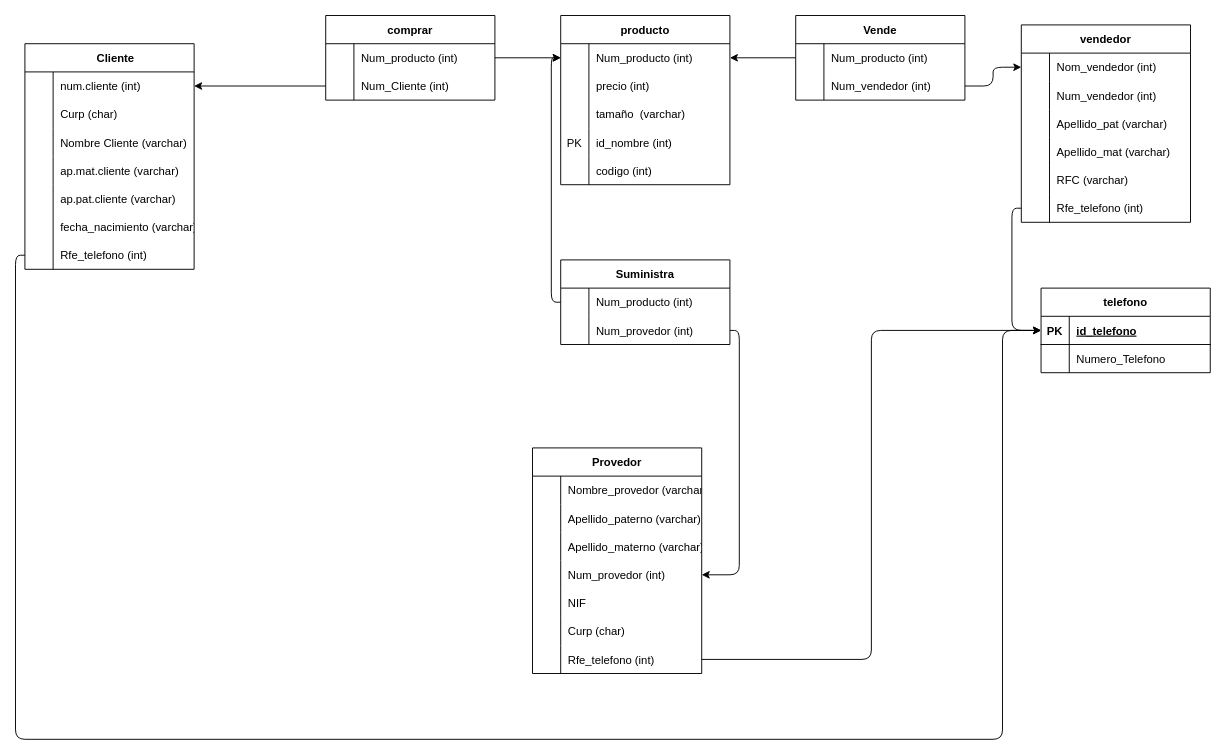
Above: page "Page-1" (1 of 2) of DIAGRAMA/TABLAS.drawio in MAB288/fundamentos_de_base_de_datos_Maviel_Martinez (draw.io), before the change. Source tidied: cells renumbered, new cells numbered last; positions are measured from the earlier drawing's top-left corner, leaving out a move shared by most shapes. Both pictures are drawn from the tidied source at 94%, with x=0, y=0 at pixel (15, 15).
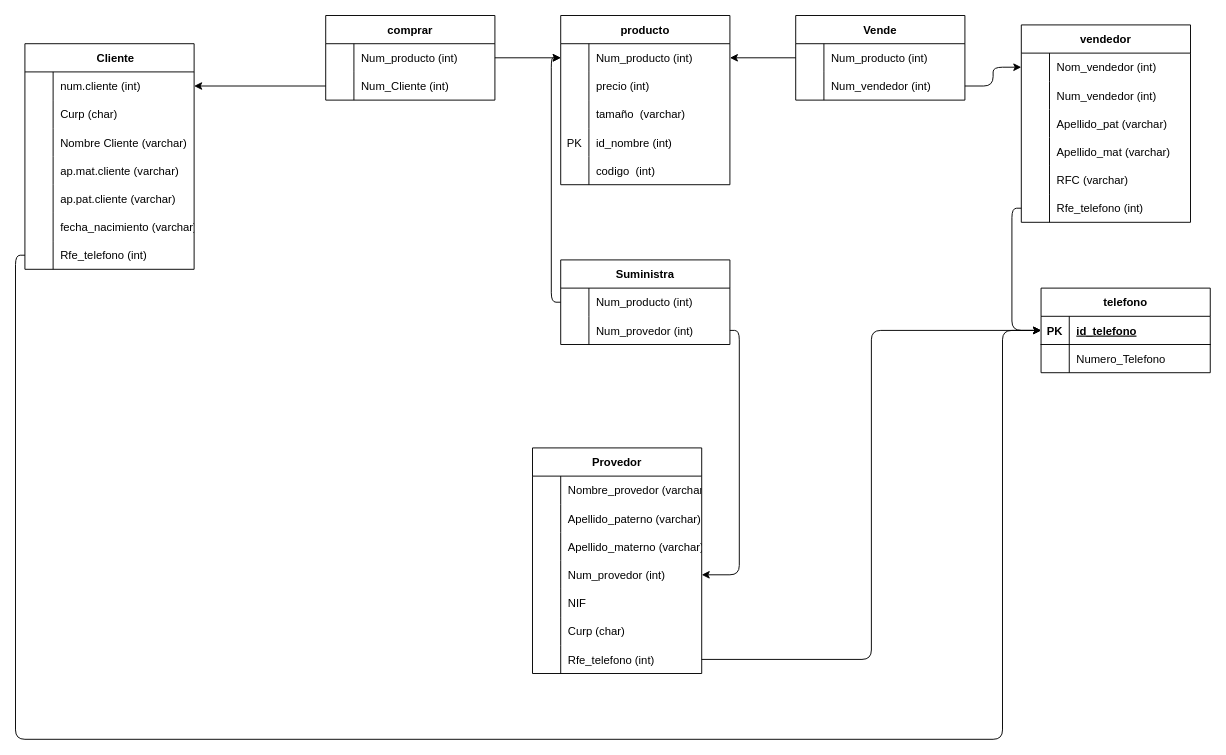
Above is the later version.

Unchanged cells that the change refers to:
```xml
<mxCell id="44" style="shape=tableRow;horizontal=0;startSize=0;swimlaneHead=0;swimlaneBody=0;fillColor=none;top=0;left=0;right=0;bottom=0;" parent="31" vertex="1">
  <mxGeometry y="150" width="180" height="30" as="geometry" />
</mxCell>
```

Change to the diagram source:
```diff
@@
-    <mxCell id="46" value="codigo (int)" style="shape=partialRectangle;fillColor=none;top=0;left=0;bottom=0;right=0;align=left;spacingLeft=6;overflow=hidden;" parent="44" vertex="1">
+    <mxCell id="46" value="codigo  (int)" style="shape=partialRectangle;fillColor=none;top=0;left=0;bottom=0;right=0;align=left;spacingLeft=6;overflow=hidden;" parent="44" vertex="1">
       <mxGeometry x="30" width="150" height="30" as="geometry" />
     </mxCell>
```
